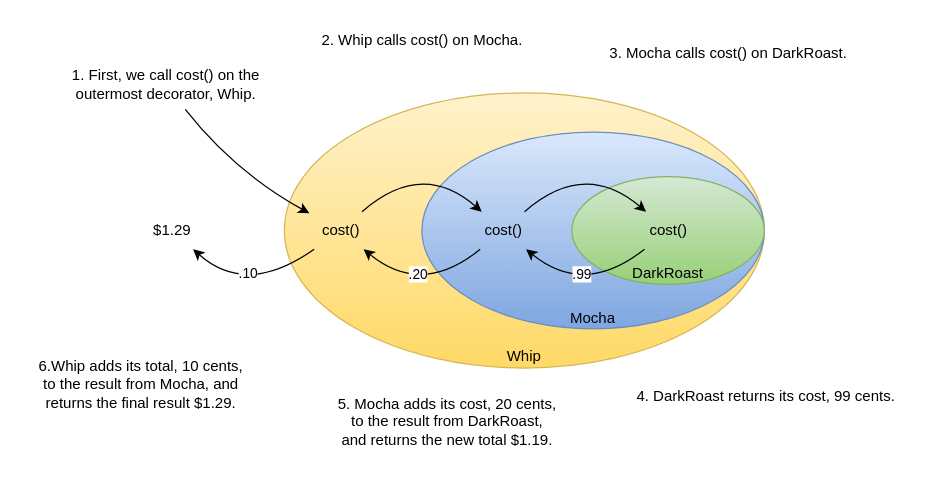
Earlier version of the draw.io diagram head-first-design-patterns/diagrams/03_03_coffee_shop_object_wrapping.drawio (huyurt/book-summary). Source tidied: cells renumbered, new cells numbered last; positions are measured from the earlier drawing's top-left corner, leaving out a move shared by most shapes. Both pictures are drawn from the tidied source at 125%, with x=0, y=0 at pixel (21, 21).
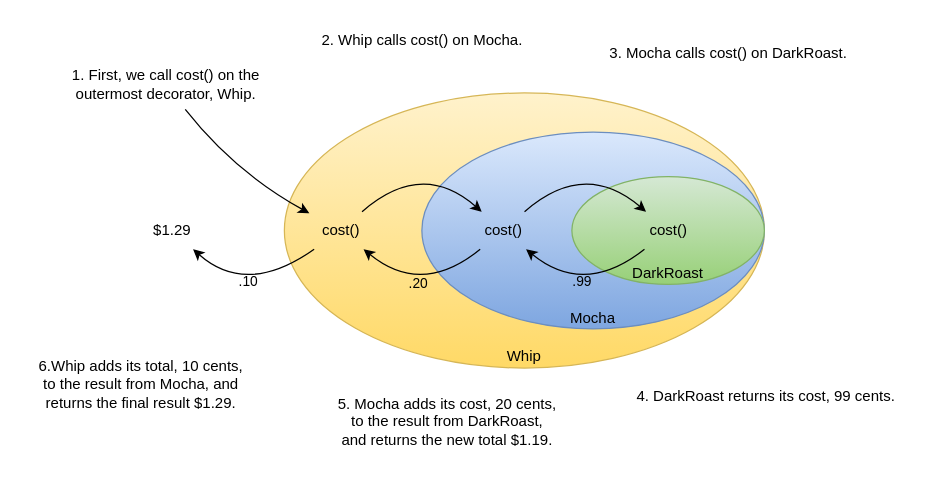
The same diagram, later.

The change refers to these unchanged cells:
```xml
<mxCell id="8" style="endArrow=classic;html=1;curved=1;" parent="1" edge="1" source="7" target="6">
  <mxGeometry relative="1" as="geometry">
    <Array as="points">
      <mxPoint x="450" y="220" />
    </Array>
  </mxGeometry>
</mxCell>
<mxCell id="10" style="endArrow=classic;html=1;curved=1;" parent="1" edge="1" source="6" target="5">
  <mxGeometry relative="1" as="geometry">
    <Array as="points">
      <mxPoint x="320" y="220" />
    </Array>
  </mxGeometry>
</mxCell>
<mxCell id="14" style="endArrow=classic;html=1;curved=1;" parent="1" edge="1" source="5" target="16">
  <mxGeometry relative="1" as="geometry">
    <Array as="points">
      <mxPoint x="180" y="220" />
    </Array>
  </mxGeometry>
</mxCell>
```

Diff of the diagram source:
```diff
@@
-    <mxCell id="9" value=".99" style="edgeLabel;html=1;align=center;verticalAlign=middle;" parent="8" vertex="1">
+    <mxCell id="9" value=".99" style="edgeLabel;html=1;align=center;verticalAlign=middle;labelBackgroundColor=none;" parent="8" vertex="1">
       <mxGeometry x="0.29" y="-10" relative="1" as="geometry">
-        <mxPoint x="4" as="offset" />
+        <mxPoint x="4" y="6" as="offset" />
       </mxGeometry>
     </mxCell>
@@
-    <mxCell id="11" value=".20" style="edgeLabel;html=1;align=center;verticalAlign=middle;" parent="10" vertex="1">
+    <mxCell id="11" value=".20" style="edgeLabel;html=1;align=center;verticalAlign=middle;labelBackgroundColor=none;" parent="10" vertex="1">
       <mxGeometry x="0.28" y="-8" relative="1" as="geometry">
-        <mxPoint x="4" y="-2" as="offset" />
+        <mxPoint x="4" y="5" as="offset" />
       </mxGeometry>
     </mxCell>
@@
-    <mxCell id="15" value=".10" style="edgeLabel;html=1;align=center;verticalAlign=middle;" parent="14" vertex="1">
+    <mxCell id="15" value=".10" style="edgeLabel;html=1;align=center;verticalAlign=middle;labelBackgroundColor=none;" parent="14" vertex="1">
       <mxGeometry x="-0.17" y="-14" relative="1" as="geometry">
-        <mxPoint x="-4" y="1" as="offset" />
+        <mxPoint x="-4" y="8" as="offset" />
       </mxGeometry>
     </mxCell>
```
